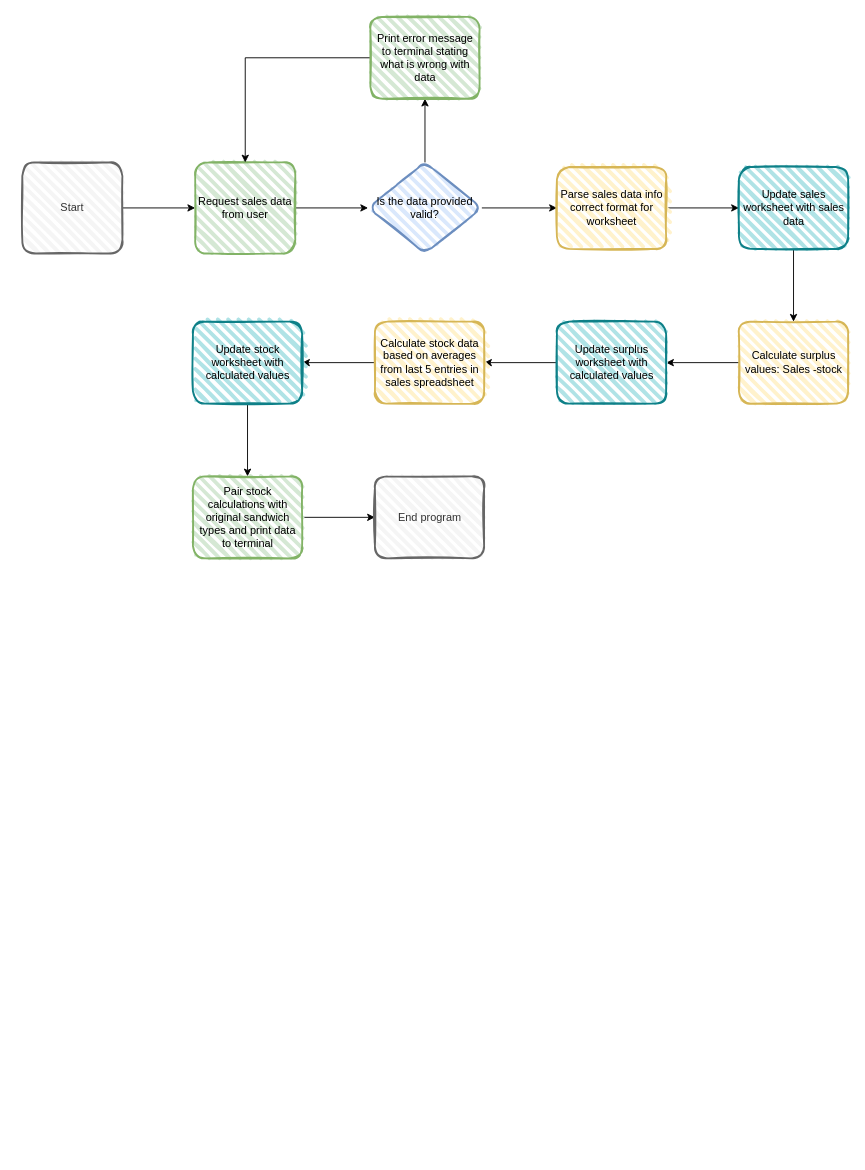
Earlier version of the draw.io diagram docs/diagrams/sudoku_game_play.drawio (halfpintutopia/sudoku). Source tidied: cells renumbered, new cells numbered last; positions are measured from the earlier drawing's top-left corner, leaving out a move shared by most shapes. Both pictures are drawn from the tidied source at 91%, with x=0, y=0 at pixel (22, 16).
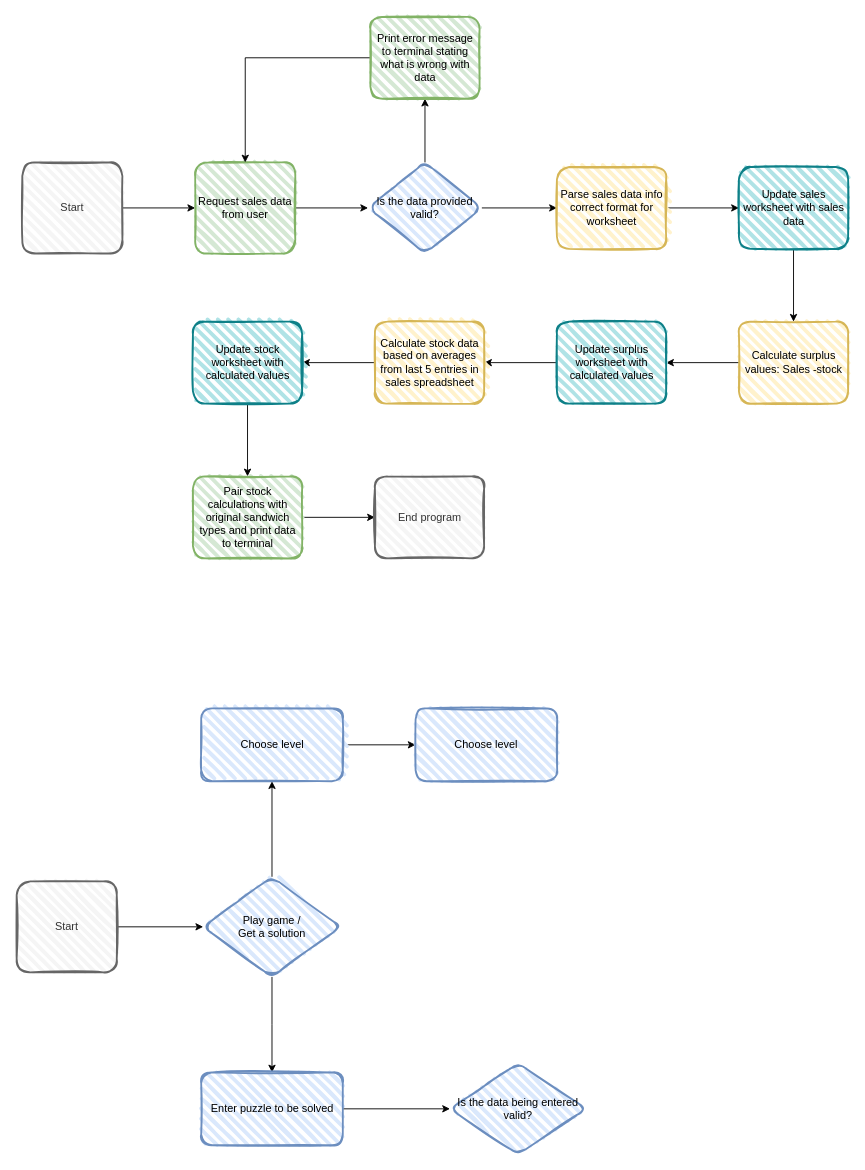
The same page after the edit.

Commit message:
Initial add of flow diagram for game play

The edit, as a diff of the source:
```diff
@@
+    <mxCell id="26" style="edgeStyle=orthogonalEdgeStyle;rounded=0;jettySize=auto;html=1;" parent="1" edge="1" source="27" target="30">
+      <mxGeometry relative="1" as="geometry" />
+    </mxCell>
+    <mxCell id="27" value="Start" style="rounded=1;whiteSpace=wrap;html=1;strokeWidth=2;fillWeight=4;hachureGap=8;hachureAngle=45;fillColor=#f5f5f5;sketch=1;fontColor=#333333;strokeColor=#666666;" parent="1" vertex="1">
+      <mxGeometry x="-6.2" y="950" width="110" height="100" as="geometry" />
+    </mxCell>
+    <mxCell id="28" style="edgeStyle=orthogonalEdgeStyle;rounded=0;jettySize=auto;html=1;" parent="1" edge="1" source="30" target="32">
+      <mxGeometry relative="1" as="geometry" />
+    </mxCell>
+    <mxCell id="29" style="edgeStyle=orthogonalEdgeStyle;rounded=0;jettySize=auto;html=1;" parent="1" edge="1" source="30">
+      <mxGeometry relative="1" as="geometry">
+        <mxPoint x="274.4" y="1160" as="targetPoint" />
+      </mxGeometry>
+    </mxCell>
+    <mxCell id="30" value="&lt;div&gt;Play game /&lt;/div&gt;&lt;div&gt;Get a solution&lt;br&gt;&lt;/div&gt;" style="rhombus;whiteSpace=wrap;html=1;fillColor=#dae8fc;strokeColor=#6c8ebf;rounded=1;strokeWidth=2;fillWeight=4;hachureGap=8;hachureAngle=45;sketch=1;" parent="1" vertex="1">
+      <mxGeometry x="198.8" y="945" width="151.2" height="110" as="geometry" />
+    </mxCell>
+    <mxCell id="31" style="edgeStyle=orthogonalEdgeStyle;rounded=0;jettySize=auto;html=1;" parent="1" edge="1" source="32" target="36">
+      <mxGeometry relative="1" as="geometry" />
+    </mxCell>
+    <mxCell id="32" value="Choose level" style="rounded=1;whiteSpace=wrap;html=1;fillColor=#dae8fc;strokeColor=#6c8ebf;strokeWidth=2;fillWeight=4;hachureGap=8;hachureAngle=45;sketch=1;" parent="1" vertex="1">
+      <mxGeometry x="196.6" y="760" width="155.6" height="80" as="geometry" />
+    </mxCell>
+    <mxCell id="33" style="edgeStyle=orthogonalEdgeStyle;rounded=0;jettySize=auto;html=1;" parent="1" edge="1" source="34" target="35">
+      <mxGeometry relative="1" as="geometry" />
+    </mxCell>
+    <mxCell id="34" value="Enter puzzle to be solved" style="rounded=1;whiteSpace=wrap;html=1;fillColor=#dae8fc;strokeColor=#6c8ebf;strokeWidth=2;fillWeight=4;hachureGap=8;hachureAngle=45;sketch=1;" parent="1" vertex="1">
+      <mxGeometry x="196.6" y="1160" width="155.6" height="80" as="geometry" />
+    </mxCell>
+    <mxCell id="35" value="Is the data being entered valid?" style="rhombus;whiteSpace=wrap;html=1;fillColor=#dae8fc;strokeColor=#6c8ebf;rounded=1;strokeWidth=2;fillWeight=4;hachureGap=8;hachureAngle=45;sketch=1;" parent="1" vertex="1">
+      <mxGeometry x="470" y="1150" width="150" height="100" as="geometry" />
+    </mxCell>
+    <mxCell id="36" value="Choose level" style="rounded=1;whiteSpace=wrap;html=1;fillColor=#dae8fc;strokeColor=#6c8ebf;strokeWidth=2;fillWeight=4;hachureGap=8;hachureAngle=45;sketch=1;" parent="1" vertex="1">
+      <mxGeometry x="432.2" y="760" width="155.6" height="80" as="geometry" />
+    </mxCell>
```
